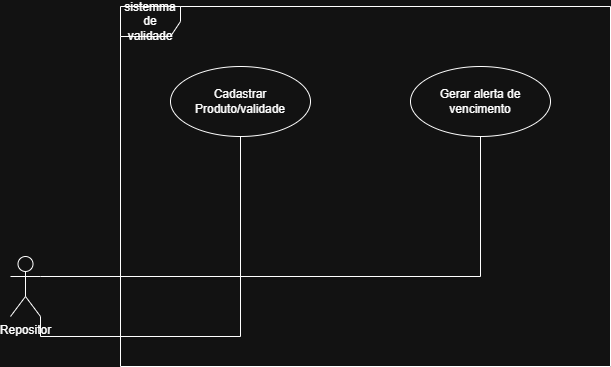
Before: sistema-validade.png, a diagram exported from draw.io (Nixtyu/gestao-de-validade-do-estoque). Source tidied: cells renumbered, new cells last; positions are measured from the earlier drawing's top-left corner, leaving out a move shared by most shapes. Source of this version:
```xml
<mxGraphModel>
  <root>
    <mxCell id="0" />
    <mxCell id="1" parent="0" />
    <mxCell id="2" style="edgeStyle=orthogonalEdgeStyle;rounded=0;jettySize=auto;html=1;exitX=1;exitY=1;exitDx=0;exitDy=0;exitPerimeter=0;endArrow=none;endFill=0;" parent="1" edge="1" source="4" target="6">
      <mxGeometry relative="1" as="geometry" />
    </mxCell>
    <mxCell id="3" style="edgeStyle=orthogonalEdgeStyle;rounded=0;jettySize=auto;html=1;exitX=1;exitY=0.3333333333333333;exitDx=0;exitDy=0;exitPerimeter=0;endArrow=none;endFill=0;" parent="1" edge="1" source="4" target="7">
      <mxGeometry relative="1" as="geometry" />
    </mxCell>
    <mxCell id="4" value="Repositor" style="shape=umlActor;verticalLabelPosition=bottom;verticalAlign=top;html=1;" parent="1" vertex="1">
      <mxGeometry y="250" width="30" height="60" as="geometry" />
    </mxCell>
    <mxCell id="5" value="sistemma de validade" style="shape=umlFrame;whiteSpace=wrap;html=1;" parent="1" vertex="1">
      <mxGeometry x="110" width="490" height="360" as="geometry" />
    </mxCell>
    <mxCell id="6" value="Cadastrar Produto/validade" style="ellipse;whiteSpace=wrap;html=1;" parent="1" vertex="1">
      <mxGeometry x="160" y="60" width="140" height="70" as="geometry" />
    </mxCell>
    <mxCell id="7" value="Gerar alerta de vencimento" style="ellipse;whiteSpace=wrap;html=1;" parent="1" vertex="1">
      <mxGeometry x="400" y="60" width="140" height="70" as="geometry" />
    </mxCell>
  </root>
</mxGraphModel>
```
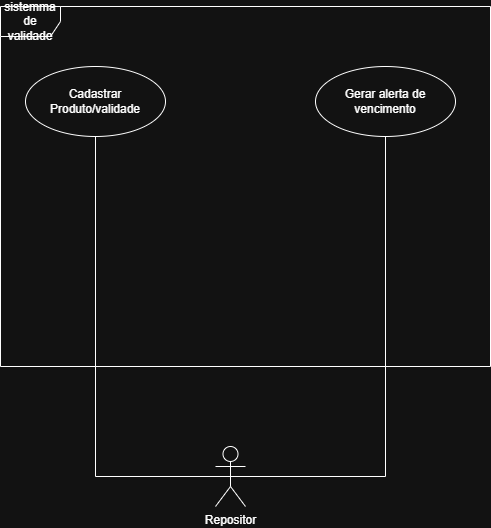
The same diagram one commit later.

Commit message:
docs: adiciona diagrama de caso de uso

Diff of the diagram source:
```diff
@@ -2,23 +2,23 @@
   <root>
     <mxCell id="0" />
     <mxCell id="1" parent="0" />
+    <mxCell id="3" style="edgeStyle=orthogonalEdgeStyle;rounded=0;jettySize=auto;html=1;exitX=0.5;exitY=0.5;exitDx=0;exitDy=0;exitPerimeter=0;endArrow=none;endFill=0;" parent="1" edge="1" source="4" target="7">
+      <mxGeometry relative="1" as="geometry" />
+    </mxCell>
-    <mxCell id="2" style="edgeStyle=orthogonalEdgeStyle;rounded=0;jettySize=auto;html=1;exitX=1;exitY=1;exitDx=0;exitDy=0;exitPerimeter=0;endArrow=none;endFill=0;" parent="1" edge="1" source="4" target="6">
+    <mxCell id="2" style="edgeStyle=orthogonalEdgeStyle;rounded=0;jettySize=auto;html=1;exitX=0.5;exitY=0.5;exitDx=0;exitDy=0;exitPerimeter=0;endArrow=none;endFill=0;" parent="1" edge="1" source="4" target="6">
       <mxGeometry relative="1" as="geometry" />
     </mxCell>
-    <mxCell id="3" style="edgeStyle=orthogonalEdgeStyle;rounded=0;jettySize=auto;html=1;exitX=1;exitY=0.3333333333333333;exitDx=0;exitDy=0;exitPerimeter=0;endArrow=none;endFill=0;" parent="1" edge="1" source="4" target="7">
-      <mxGeometry relative="1" as="geometry" />
-    </mxCell>
     <mxCell id="4" value="Repositor" style="shape=umlActor;verticalLabelPosition=bottom;verticalAlign=top;html=1;" parent="1" vertex="1">
-      <mxGeometry y="250" width="30" height="60" as="geometry" />
+      <mxGeometry x="200" y="300" width="30" height="60" as="geometry" />
     </mxCell>
     <mxCell id="5" value="sistemma de validade" style="shape=umlFrame;whiteSpace=wrap;html=1;" parent="1" vertex="1">
-      <mxGeometry x="110" width="490" height="360" as="geometry" />
+      <mxGeometry x="-15" y="-140" width="490" height="360" as="geometry" />
     </mxCell>
     <mxCell id="6" value="Cadastrar Produto/validade" style="ellipse;whiteSpace=wrap;html=1;" parent="1" vertex="1">
-      <mxGeometry x="160" y="60" width="140" height="70" as="geometry" />
+      <mxGeometry x="10" y="-80" width="140" height="70" as="geometry" />
     </mxCell>
     <mxCell id="7" value="Gerar alerta de vencimento" style="ellipse;whiteSpace=wrap;html=1;" parent="1" vertex="1">
-      <mxGeometry x="400" y="60" width="140" height="70" as="geometry" />
+      <mxGeometry x="300" y="-80" width="140" height="70" as="geometry" />
     </mxCell>
   </root>
 </mxGraphModel>
```
